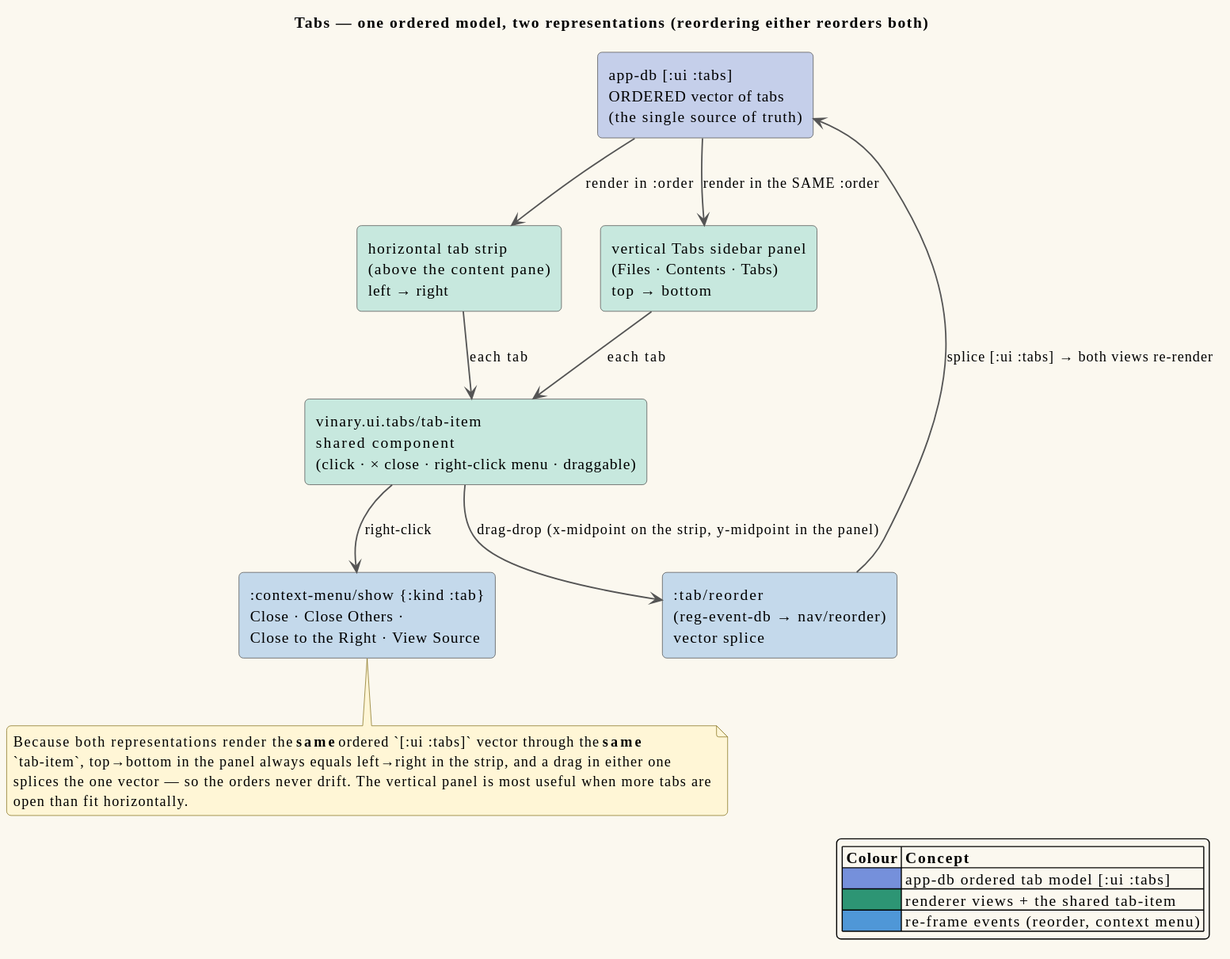
Before: docs/diagrams/component-tab-dual-representation.svg, a diagram exported from PlantUML (vinary-tree/vinary-viewer).
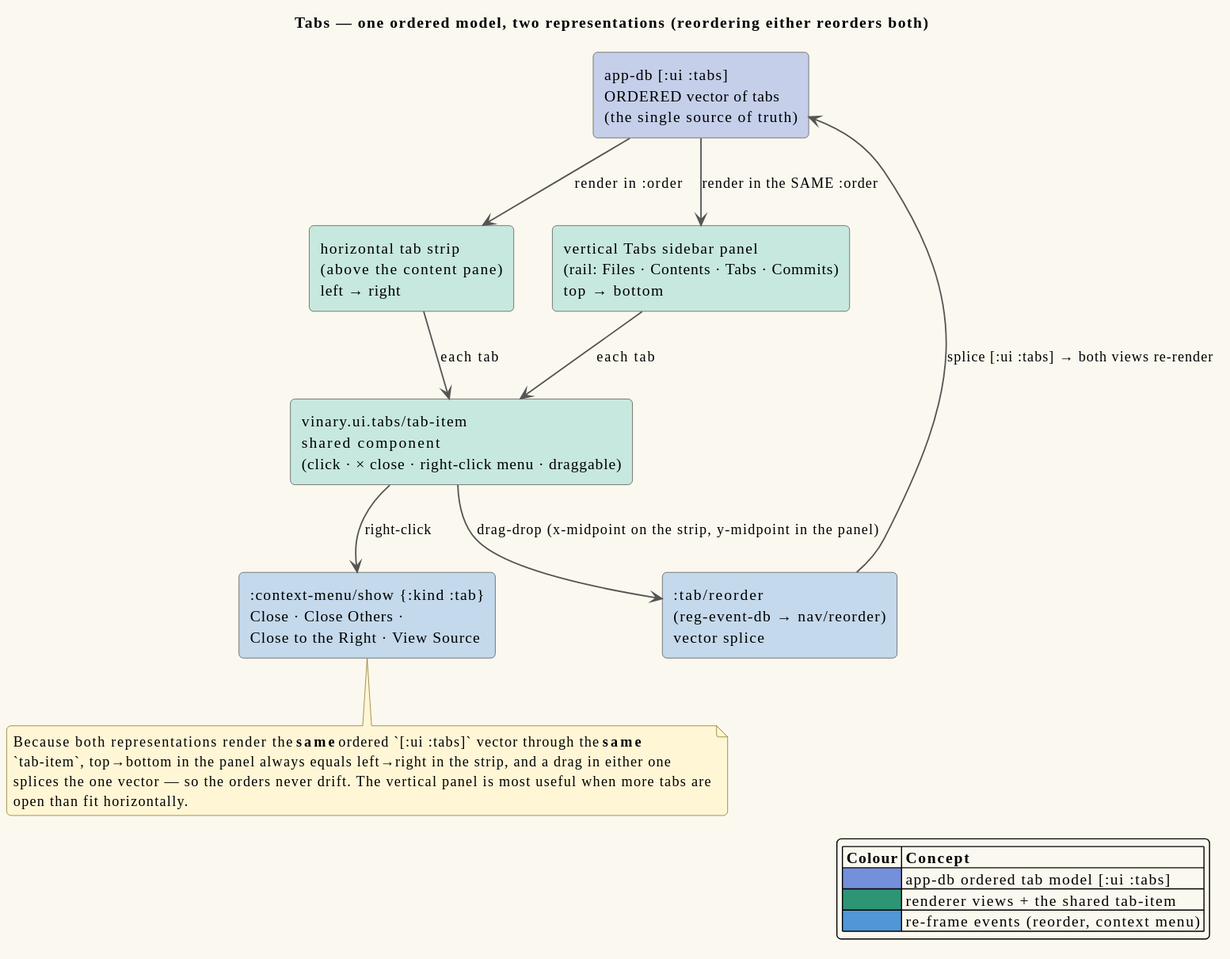
The same diagram one commit later.

The edit, as a diff of the source:
```diff
@@ -8,7 +8,7 @@
 rectangle "vinary.ui.tabs/tab-item\nshared component\n(click · × close · right-click menu · draggable)" as ITEM RENDERER_TINT
 
 rectangle "horizontal tab strip\n(above the content pane)\nleft → right" as STRIP RENDERER_TINT
-rectangle "vertical Tabs sidebar panel\n(Files · Contents · Tabs)\ntop → bottom" as PANEL RENDERER_TINT
+rectangle "vertical Tabs sidebar panel\n(rail: Files · Contents · Tabs · Commits)\ntop → bottom" as PANEL RENDERER_TINT
 
 rectangle ":tab/reorder\n(reg-event-db → nav/reorder)\nvector splice" as REORDER REFRAME_TINT
 rectangle ":context-menu/show {:kind :tab}\nClose · Close Others ·\nClose to the Right · View Source" as CTX REFRAME_TINT
```
